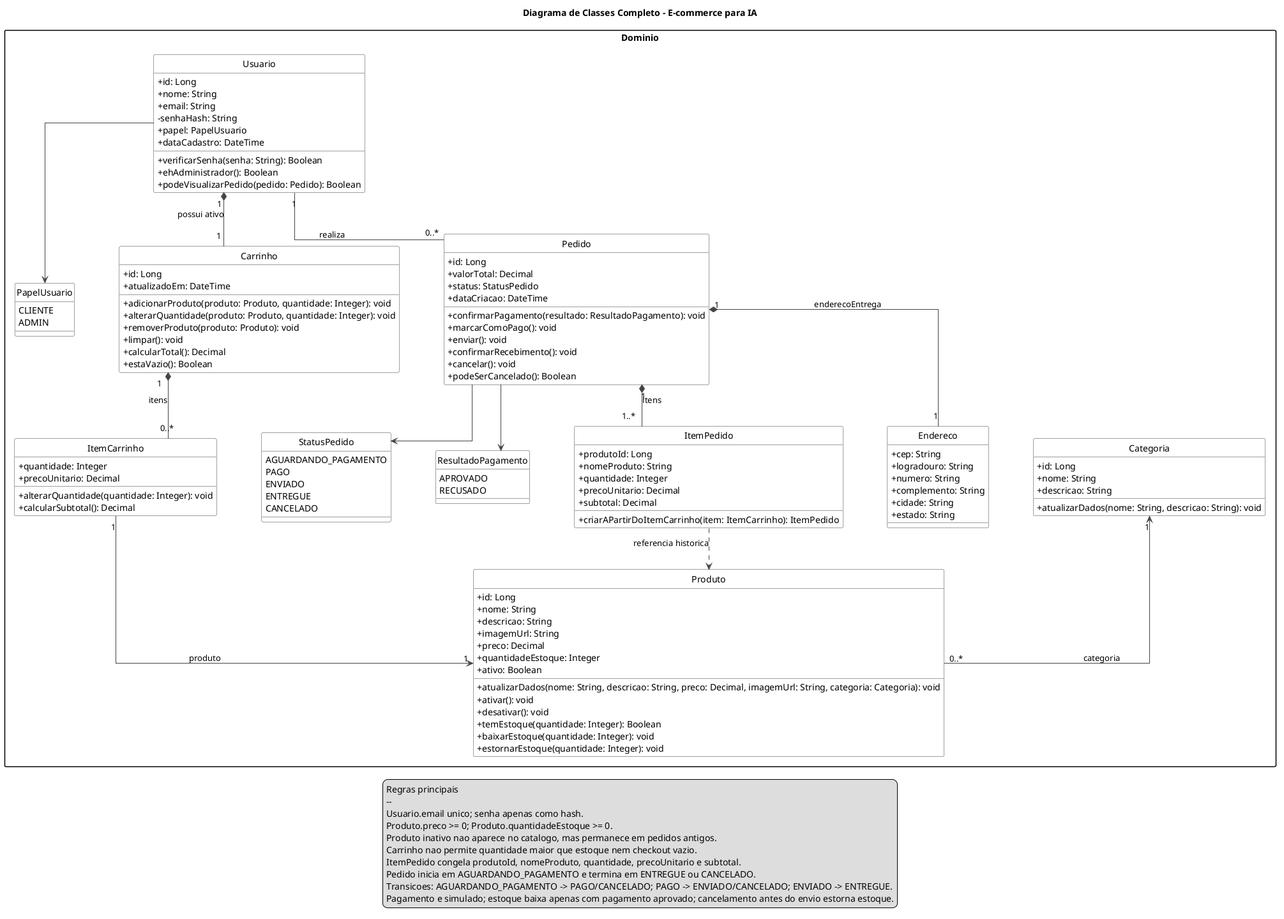
Above: diagrams/ia/diagrama_classes_ecommerce_ia.png in EduardoPaim5/ecommerce-diagramas (PlantUML), before the change. The source it was exported from:
```plantuml
@startuml diagrama_classes_ecommerce_ia
title Diagrama de Classes Completo - E-commerce para IA

hide circle
skinparam classAttributeIconSize 0
skinparam linetype ortho
skinparam shadowing false
skinparam packageStyle rectangle
skinparam nodesep 70
skinparam ranksep 65

skinparam class {
  BackgroundColor #F8F9FA
  BorderColor #444444
  ArrowColor #444444
}

package "Dominio" {
  class Usuario {
    +id: Long
    +nome: String
    +email: String
    -senhaHash: String
    +papel: PapelUsuario
    +dataCadastro: DateTime
    +verificarSenha(senha: String): Boolean
    +ehAdministrador(): Boolean
    +podeVisualizarPedido(pedido: Pedido): Boolean
  }

  enum PapelUsuario {
    CLIENTE
    ADMIN
  }

  class Categoria {
    +id: Long
    +nome: String
    +descricao: String
    +atualizarDados(nome: String, descricao: String): void
  }

  class Produto {
    +id: Long
    +nome: String
    +descricao: String
    +imagemUrl: String
    +preco: Decimal
    +quantidadeEstoque: Integer
    +ativo: Boolean
    +atualizarDados(nome: String, descricao: String, preco: Decimal, imagemUrl: String, categoria: Categoria): void
    +ativar(): void
    +desativar(): void
    +temEstoque(quantidade: Integer): Boolean
    +baixarEstoque(quantidade: Integer): void
    +estornarEstoque(quantidade: Integer): void
  }

  class Carrinho {
    +id: Long
    +atualizadoEm: DateTime
    +adicionarProduto(produto: Produto, quantidade: Integer): void
    +alterarQuantidade(produto: Produto, quantidade: Integer): void
    +removerProduto(produto: Produto): void
    +limpar(): void
    +calcularTotal(): Decimal
    +estaVazio(): Boolean
  }

  class ItemCarrinho {
    +quantidade: Integer
    +precoUnitario: Decimal
    +alterarQuantidade(quantidade: Integer): void
    +calcularSubtotal(): Decimal
  }

  class Pedido {
    +id: Long
    +valorTotal: Decimal
    +status: StatusPedido
    +dataCriacao: DateTime
    +confirmarPagamento(resultado: ResultadoPagamento): void
    +marcarComoPago(): void
    +enviar(): void
    +confirmarRecebimento(): void
    +cancelar(): void
    +podeSerCancelado(): Boolean
  }

  enum StatusPedido {
    AGUARDANDO_PAGAMENTO
    PAGO
    ENVIADO
    ENTREGUE
    CANCELADO
  }

  enum ResultadoPagamento {
    APROVADO
    RECUSADO
  }

  class ItemPedido {
    +produtoId: Long
    +nomeProduto: String
    +quantidade: Integer
    +precoUnitario: Decimal
    +subtotal: Decimal
    +criarAPartirDoItemCarrinho(item: ItemCarrinho): ItemPedido
  }

  class Endereco {
    +cep: String
    +logradouro: String
    +numero: String
    +complemento: String
    +cidade: String
    +estado: String
  }
}

Usuario "1" *-- "1" Carrinho : possui ativo
Usuario "1" -- "0..*" Pedido : realiza

Carrinho "1" *-- "0..*" ItemCarrinho : itens
ItemCarrinho "1" --> "1" Produto : produto

Categoria "1" <-- "0..*" Produto : categoria

Pedido "1" *-- "1..*" ItemPedido : itens
Pedido "1" *-- "1" Endereco : enderecoEntrega
ItemPedido ..> Produto : referencia historica

Usuario --> PapelUsuario
Pedido --> StatusPedido
Pedido --> ResultadoPagamento

legend bottom
  Regras principais
  --
  Usuario.email unico; senha apenas como hash.
  Produto.preco >= 0; Produto.quantidadeEstoque >= 0.
  Produto inativo nao aparece no catalogo, mas permanece em pedidos antigos.
  Carrinho nao permite quantidade maior que estoque nem checkout vazio.
  ItemPedido congela produtoId, nomeProduto, quantidade, precoUnitario e subtotal.
  Pedido inicia em AGUARDANDO_PAGAMENTO e termina em ENTREGUE ou CANCELADO.
  Transicoes: AGUARDANDO_PAGAMENTO -> PAGO/CANCELADO; PAGO -> ENVIADO/CANCELADO; ENVIADO -> ENTREGUE.
  Pagamento e simulado; estoque baixa apenas com pagamento aprovado; cancelamento antes do envio estorna estoque.
endlegend

@enduml
```
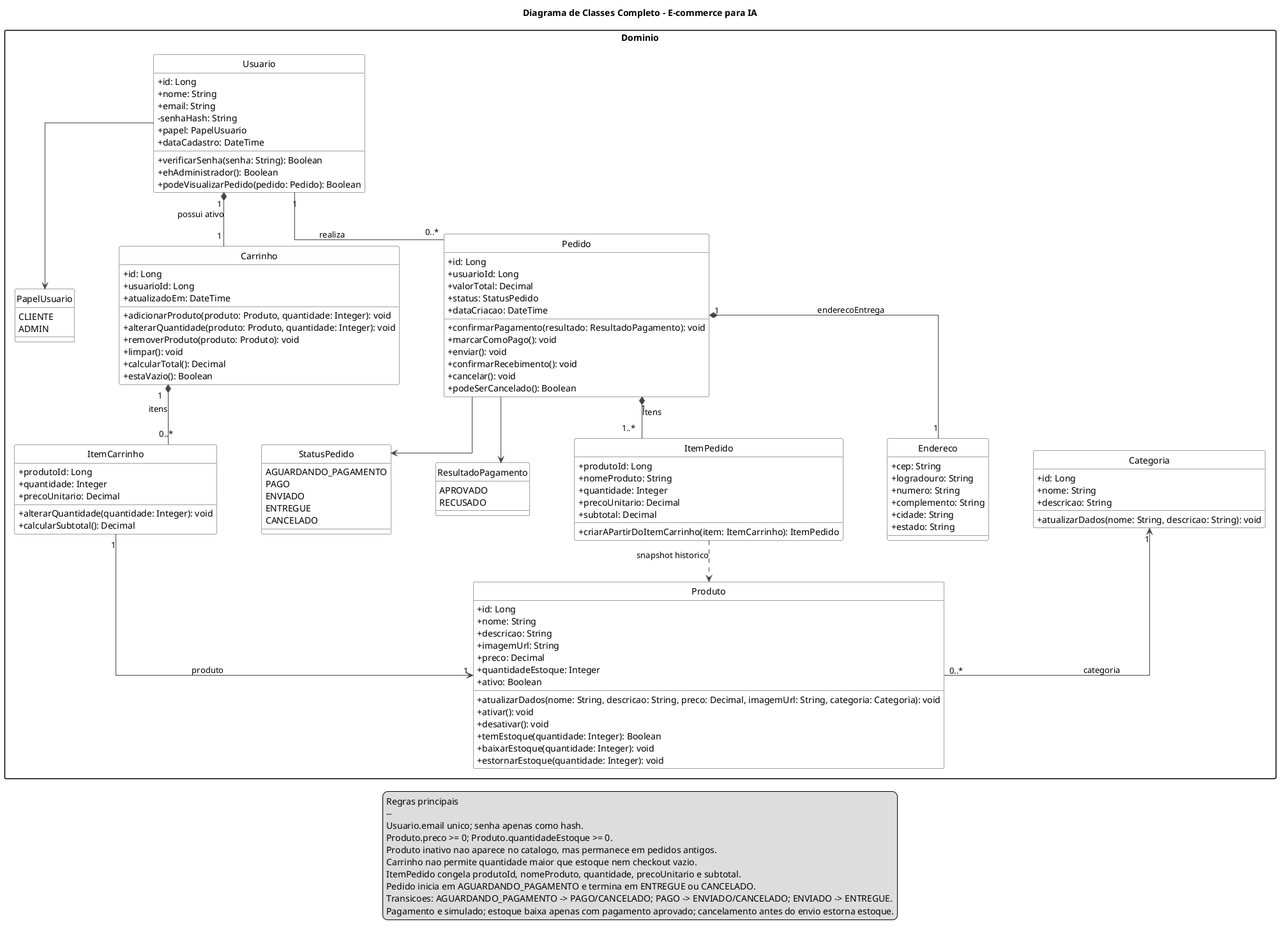
The same file after the commit.

What changed in the source:
```diff
@@ -58,6 +58,7 @@
 
   class Carrinho {
     +id: Long
+    +usuarioId: Long
     +atualizadoEm: DateTime
     +adicionarProduto(produto: Produto, quantidade: Integer): void
     +alterarQuantidade(produto: Produto, quantidade: Integer): void
@@ -68,6 +69,7 @@
   }
 
   class ItemCarrinho {
+    +produtoId: Long
     +quantidade: Integer
     +precoUnitario: Decimal
     +alterarQuantidade(quantidade: Integer): void
@@ -76,6 +78,7 @@
 
   class Pedido {
     +id: Long
+    +usuarioId: Long
     +valorTotal: Decimal
     +status: StatusPedido
     +dataCriacao: DateTime
@@ -129,7 +132,7 @@
 
 Pedido "1" *-- "1..*" ItemPedido : itens
 Pedido "1" *-- "1" Endereco : enderecoEntrega
-ItemPedido ..> Produto : referencia historica
+ItemPedido ..> Produto : snapshot historico
 
 Usuario --> PapelUsuario
 Pedido --> StatusPedido
```
